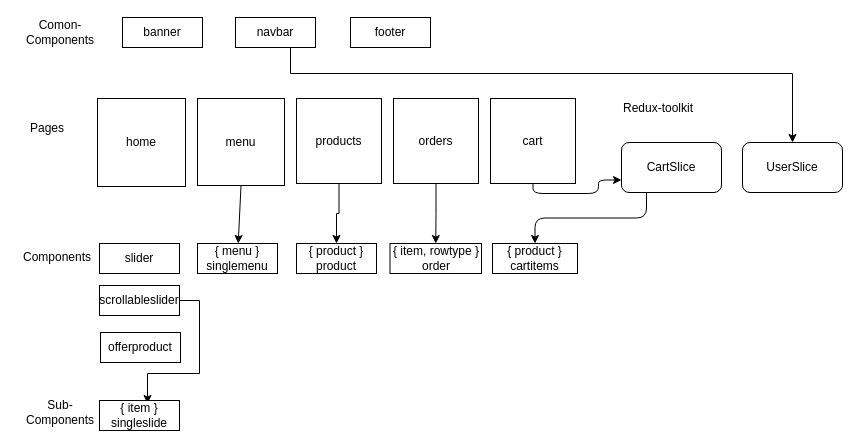
This is componentsdiagram.drawio from sabrinabu/restaurentapp2023, a draw.io file, before an edit. Source tidied: cells renumbered, new cells numbered last; positions are measured from the earlier drawing's top-left corner, leaving out a move shared by most shapes. Both pictures are drawn from the tidied source at 100%, with x=0, y=0 at pixel (17, 17).
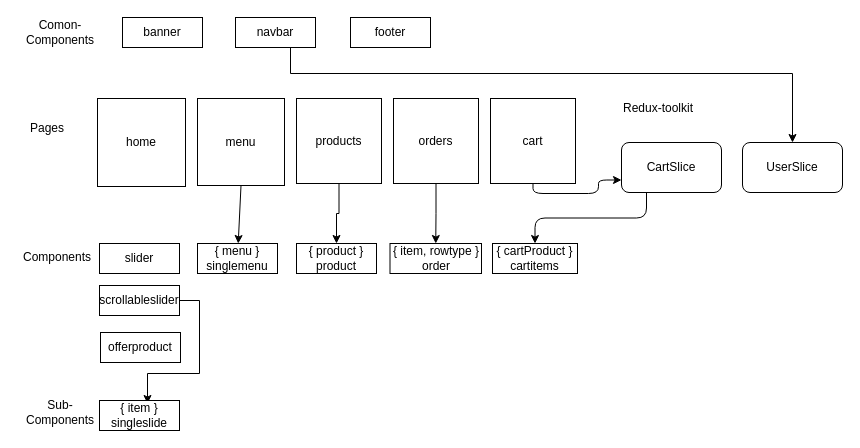
The same diagram, later.

Commit message (it also covers changes not shown here):
refactored and added random size to add product

Diff of the diagram source:
```diff
@@
-    <mxCell id="15" value="{ product }&lt;br&gt;cartitems" style="rounded=0;whiteSpace=wrap;html=1;" parent="1" vertex="1">
+    <mxCell id="15" value="{ cartProduct }&lt;br&gt;cartitems" style="rounded=0;whiteSpace=wrap;html=1;" parent="1" vertex="1">
       <mxGeometry x="475" y="226" width="85" height="30" as="geometry" />
     </mxCell>
```
